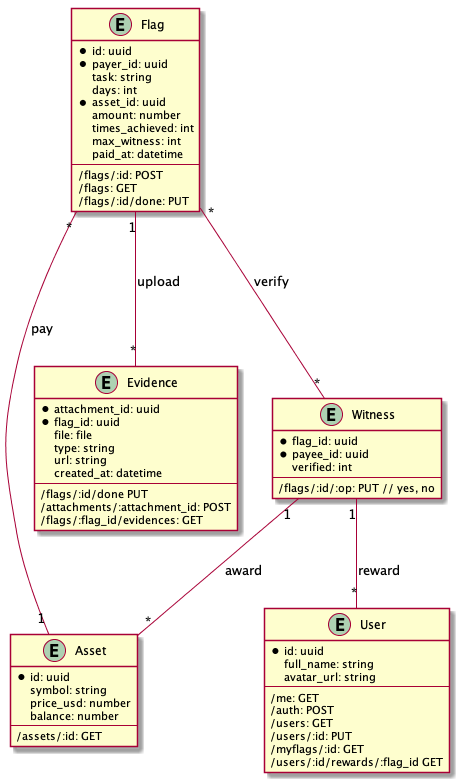
Earlier version of the PlantUML export docs/models.png (PioneerDev/setflags).
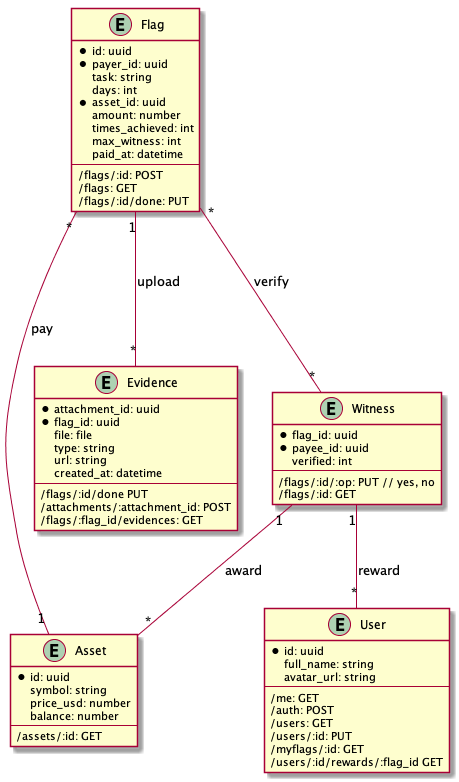
After the change.

Commit message:
doc: update API for getting witnesses

Diff of the diagram source:
```diff
@@ -1,4 +1,4 @@
-@startuml
+@startuml models
 
 entity User {
    * id: uuid
@@ -57,6 +57,7 @@
     verified: int
     --
     /flags/:id/:op: PUT // yes, no
+    /flags/:id: GET
 }
 
 Flag "1" --- "*" Evidence: upload
```
